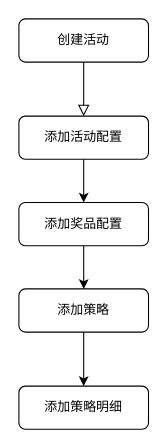
Earlier version of the draw.io diagram page "创建活动" (1 of 2) of 未命名绘图.drawio (wengjunwei/myDraw). Source tidied: cells renumbered, new cells numbered last; positions are measured from the earlier drawing's top-left corner, leaving out a move shared by most shapes. Both pictures are drawn from the tidied source at 108%, with x=0, y=0 at pixel (18, 18).
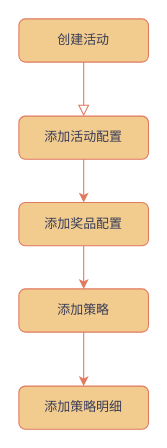
The same page after the edit.

Diff of the diagram source:
```diff
@@
 <mxGraphModel>
   <root>
     <mxCell id="0" />
     <mxCell id="1" parent="0" />
-    <mxCell id="2" style="rounded=0;html=1;jettySize=auto;fontSize=11;endArrow=block;endFill=0;endSize=8;strokeWidth=1;shadow=0;labelBackgroundColor=none;edgeStyle=orthogonalEdgeStyle;" parent="1" edge="1" source="3">
+    <mxCell id="2" style="rounded=0;html=1;jettySize=auto;fontSize=11;endArrow=block;endFill=0;endSize=8;strokeWidth=1;shadow=0;labelBackgroundColor=none;edgeStyle=orthogonalEdgeStyle;strokeColor=#E07A5F;fontColor=default;" parent="1" edge="1" source="3">
       <mxGeometry relative="1" as="geometry">
         <mxPoint x="60" y="90" as="targetPoint" />
       </mxGeometry>
     </mxCell>
-    <mxCell id="3" value="创建活动" style="rounded=1;whiteSpace=wrap;html=1;fontSize=12;glass=0;strokeWidth=1;shadow=0;" parent="1" vertex="1">
+    <mxCell id="3" value="创建活动" style="rounded=1;whiteSpace=wrap;html=1;fontSize=12;glass=0;strokeWidth=1;shadow=0;labelBackgroundColor=none;fillColor=#F2CC8F;strokeColor=#E07A5F;fontColor=#393C56;" parent="1" vertex="1">
       <mxGeometry width="120" height="40" as="geometry" />
     </mxCell>
-    <mxCell id="4" style="edgeStyle=orthogonalEdgeStyle;rounded=0;jettySize=auto;html=1;" parent="1" edge="1" source="5" target="9">
+    <mxCell id="4" style="edgeStyle=orthogonalEdgeStyle;rounded=0;jettySize=auto;html=1;labelBackgroundColor=none;strokeColor=#E07A5F;fontColor=default;" parent="1" edge="1" source="5" target="9">
       <mxGeometry relative="1" as="geometry" />
     </mxCell>
-    <mxCell id="5" value="添加活动配置" style="rounded=1;whiteSpace=wrap;html=1;fontSize=12;glass=0;strokeWidth=1;shadow=0;" parent="1" vertex="1">
+    <mxCell id="5" value="添加活动配置" style="rounded=1;whiteSpace=wrap;html=1;fontSize=12;glass=0;strokeWidth=1;shadow=0;labelBackgroundColor=none;fillColor=#F2CC8F;strokeColor=#E07A5F;fontColor=#393C56;" parent="1" vertex="1">
       <mxGeometry y="90" width="120" height="40" as="geometry" />
     </mxCell>
-    <mxCell id="6" style="edgeStyle=orthogonalEdgeStyle;rounded=0;jettySize=auto;html=1;" parent="1" edge="1" source="7" target="10">
+    <mxCell id="6" style="edgeStyle=orthogonalEdgeStyle;rounded=0;jettySize=auto;html=1;labelBackgroundColor=none;strokeColor=#E07A5F;fontColor=default;" parent="1" edge="1" source="7" target="10">
       <mxGeometry relative="1" as="geometry" />
     </mxCell>
-    <mxCell id="7" value="添加策略" style="rounded=1;whiteSpace=wrap;html=1;fontSize=12;glass=0;strokeWidth=1;shadow=0;" parent="1" vertex="1">
+    <mxCell id="7" value="添加策略" style="rounded=1;whiteSpace=wrap;html=1;fontSize=12;glass=0;strokeWidth=1;shadow=0;labelBackgroundColor=none;fillColor=#F2CC8F;strokeColor=#E07A5F;fontColor=#393C56;" parent="1" vertex="1">
       <mxGeometry y="250" width="120" height="40" as="geometry" />
     </mxCell>
-    <mxCell id="8" style="edgeStyle=orthogonalEdgeStyle;rounded=0;jettySize=auto;html=1;" parent="1" edge="1" source="9" target="7">
+    <mxCell id="8" style="edgeStyle=orthogonalEdgeStyle;rounded=0;jettySize=auto;html=1;labelBackgroundColor=none;strokeColor=#E07A5F;fontColor=default;" parent="1" edge="1" source="9" target="7">
       <mxGeometry relative="1" as="geometry" />
     </mxCell>
-    <mxCell id="9" value="添加奖品配置" style="rounded=1;whiteSpace=wrap;html=1;fontSize=12;glass=0;strokeWidth=1;shadow=0;" parent="1" vertex="1">
+    <mxCell id="9" value="添加奖品配置" style="rounded=1;whiteSpace=wrap;html=1;fontSize=12;glass=0;strokeWidth=1;shadow=0;labelBackgroundColor=none;fillColor=#F2CC8F;strokeColor=#E07A5F;fontColor=#393C56;" parent="1" vertex="1">
       <mxGeometry y="170" width="120" height="40" as="geometry" />
     </mxCell>
-    <mxCell id="10" value="添加策略明细" style="rounded=1;whiteSpace=wrap;html=1;fontSize=12;glass=0;strokeWidth=1;shadow=0;" parent="1" vertex="1">
+    <mxCell id="10" value="添加策略明细" style="rounded=1;whiteSpace=wrap;html=1;fontSize=12;glass=0;strokeWidth=1;shadow=0;labelBackgroundColor=none;fillColor=#F2CC8F;strokeColor=#E07A5F;fontColor=#393C56;" parent="1" vertex="1">
       <mxGeometry y="340" width="120" height="40" as="geometry" />
     </mxCell>
   </root>
 </mxGraphModel>
```
